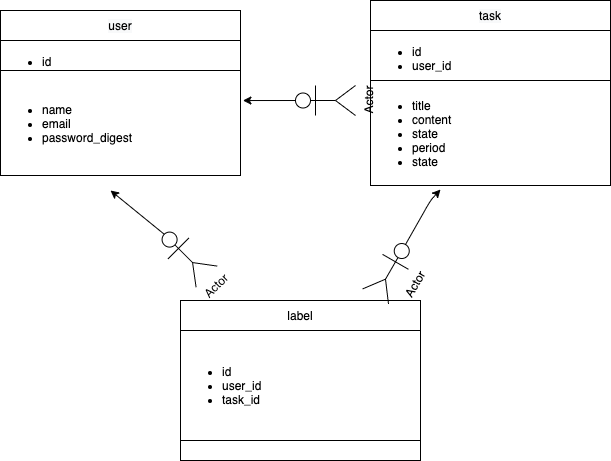
Earlier version of the draw.io export docs/Untitled Diagram (2).png (Ryusei-Watanabe/task_everyleaf). Source tidied: cells renumbered, new cells last; positions are measured from the earlier drawing's top-left corner, leaving out a move shared by most shapes. Source of this version:
```xml
<mxGraphModel>
  <root>
    <mxCell id="0" />
    <mxCell id="1" parent="0" />
    <mxCell id="2" style="shape=table;html=1;whiteSpace=wrap;startSize=0;" parent="1" vertex="1">
      <mxGeometry y="10" width="240" height="165" as="geometry" />
    </mxCell>
    <mxCell id="3" style="shape=partialRectangle;html=1;whiteSpace=wrap;fillColor=none;top=0;left=0;bottom=0;right=0;" parent="2" vertex="1">
      <mxGeometry width="240" height="30" as="geometry" />
    </mxCell>
    <mxCell id="4" value="&lt;meta charset=&quot;utf-8&quot;&gt;&lt;span style=&quot;color: rgb(0, 0, 0); font-family: helvetica; font-size: 12px; font-style: normal; font-weight: 400; letter-spacing: normal; text-align: center; text-indent: 0px; text-transform: none; word-spacing: 0px; background-color: rgb(248, 249, 250); display: inline; float: none;&quot;&gt;user&lt;/span&gt;" style="shape=partialRectangle;html=1;whiteSpace=wrap;overflow=hidden;fillColor=none;top=0;left=0;bottom=0;right=0;" parent="3" vertex="1">
      <mxGeometry width="240" height="30" as="geometry" />
    </mxCell>
    <mxCell id="5" style="shape=partialRectangle;html=1;whiteSpace=wrap;fillColor=none;top=0;left=0;bottom=0;right=0;" parent="2" vertex="1">
      <mxGeometry y="30" width="240" height="30" as="geometry" />
    </mxCell>
    <mxCell id="6" value="&lt;ul&gt;&lt;li&gt;id&lt;/li&gt;&lt;/ul&gt;" style="shape=partialRectangle;html=1;whiteSpace=wrap;overflow=hidden;fillColor=none;top=0;left=0;bottom=0;right=0;align=left;" parent="5" vertex="1">
      <mxGeometry width="240" height="30" as="geometry" />
    </mxCell>
    <mxCell id="7" style="shape=partialRectangle;html=1;whiteSpace=wrap;fillColor=none;top=0;left=0;bottom=0;right=0;points=[[0,0.5],[1,0.5]];portConstraint=eastwest;" parent="2" vertex="1">
      <mxGeometry y="60" width="240" height="105" as="geometry" />
    </mxCell>
    <mxCell id="8" value="&lt;ul&gt;&lt;li&gt;name&lt;/li&gt;&lt;li&gt;email&lt;/li&gt;&lt;li&gt;password_digest&lt;/li&gt;&lt;/ul&gt;" style="shape=partialRectangle;html=1;whiteSpace=wrap;overflow=hidden;fillColor=none;top=0;left=0;bottom=0;right=0;align=left;" parent="7" vertex="1">
      <mxGeometry width="240" height="105" as="geometry" />
    </mxCell>
    <mxCell id="9" style="shape=table;html=1;whiteSpace=wrap;startSize=0;" parent="1" vertex="1">
      <mxGeometry x="370" width="240" height="185" as="geometry" />
    </mxCell>
    <mxCell id="10" style="shape=partialRectangle;html=1;whiteSpace=wrap;fillColor=none;top=0;left=0;bottom=0;right=0;" parent="9" vertex="1">
      <mxGeometry width="240" height="30" as="geometry" />
    </mxCell>
    <mxCell id="11" value="&lt;span style=&quot;color: rgb(0 , 0 , 0) ; font-family: &amp;#34;helvetica&amp;#34; ; font-size: 12px ; font-style: normal ; font-weight: 400 ; letter-spacing: normal ; text-align: center ; text-indent: 0px ; text-transform: none ; word-spacing: 0px ; background-color: rgb(248 , 249 , 250) ; display: inline ; float: none&quot;&gt;task&lt;/span&gt;" style="shape=partialRectangle;html=1;whiteSpace=wrap;overflow=hidden;fillColor=none;top=0;left=0;bottom=0;right=0;" parent="10" vertex="1">
      <mxGeometry width="240" height="30" as="geometry" />
    </mxCell>
    <mxCell id="12" style="shape=partialRectangle;html=1;whiteSpace=wrap;fillColor=none;top=0;left=0;bottom=0;right=0;" parent="9" vertex="1">
      <mxGeometry y="30" width="240" height="50" as="geometry" />
    </mxCell>
    <mxCell id="13" value="&lt;ul&gt;&lt;li&gt;id&lt;/li&gt;&lt;li&gt;user_id&lt;/li&gt;&lt;/ul&gt;" style="shape=partialRectangle;html=1;whiteSpace=wrap;overflow=hidden;fillColor=none;top=0;left=0;bottom=0;right=0;align=left;" parent="12" vertex="1">
      <mxGeometry width="240" height="50" as="geometry" />
    </mxCell>
    <mxCell id="14" style="shape=partialRectangle;html=1;whiteSpace=wrap;fillColor=none;top=0;left=0;bottom=0;right=0;" parent="9" vertex="1">
      <mxGeometry y="80" width="240" height="105" as="geometry" />
    </mxCell>
    <mxCell id="15" value="&lt;ul&gt;&lt;li&gt;title&lt;/li&gt;&lt;li&gt;content&lt;/li&gt;&lt;li&gt;state&lt;/li&gt;&lt;li&gt;period&lt;/li&gt;&lt;li&gt;state&lt;/li&gt;&lt;/ul&gt;" style="shape=partialRectangle;html=1;whiteSpace=wrap;overflow=hidden;fillColor=none;top=0;left=0;bottom=0;right=0;align=left;" parent="14" vertex="1">
      <mxGeometry width="240" height="105" as="geometry" />
    </mxCell>
    <mxCell id="16" style="shape=table;html=1;whiteSpace=wrap;startSize=0;" parent="1" vertex="1">
      <mxGeometry x="180" y="300" width="240" height="160" as="geometry" />
    </mxCell>
    <mxCell id="17" style="shape=partialRectangle;html=1;whiteSpace=wrap;fillColor=none;top=0;left=0;bottom=0;right=0;" parent="16" vertex="1">
      <mxGeometry width="240" height="30" as="geometry" />
    </mxCell>
    <mxCell id="18" value="&lt;font face=&quot;helvetica&quot;&gt;label&lt;/font&gt;" style="shape=partialRectangle;html=1;whiteSpace=wrap;overflow=hidden;fillColor=none;top=0;left=0;bottom=0;right=0;" parent="17" vertex="1">
      <mxGeometry width="240" height="30" as="geometry" />
    </mxCell>
    <mxCell id="19" style="shape=partialRectangle;html=1;whiteSpace=wrap;fillColor=none;top=0;left=0;bottom=0;right=0;" parent="16" vertex="1">
      <mxGeometry y="30" width="240" height="110" as="geometry" />
    </mxCell>
    <mxCell id="20" value="&lt;ul&gt;&lt;li&gt;id&lt;/li&gt;&lt;li&gt;user_id&lt;/li&gt;&lt;li&gt;task_id&lt;/li&gt;&lt;/ul&gt;" style="shape=partialRectangle;html=1;whiteSpace=wrap;overflow=hidden;fillColor=none;top=0;left=0;bottom=0;right=0;align=left;" parent="19" vertex="1">
      <mxGeometry width="240" height="110" as="geometry" />
    </mxCell>
    <mxCell id="21" style="shape=partialRectangle;html=1;whiteSpace=wrap;fillColor=none;top=0;left=0;bottom=0;right=0;" parent="16" vertex="1">
      <mxGeometry y="140" width="240" height="20" as="geometry" />
    </mxCell>
    <mxCell id="22" value="&lt;div&gt;&lt;br&gt;&lt;/div&gt;" style="shape=partialRectangle;html=1;whiteSpace=wrap;overflow=hidden;fillColor=none;top=0;left=0;bottom=0;right=0;align=left;" parent="21" vertex="1">
      <mxGeometry width="240" height="20" as="geometry" />
    </mxCell>
    <mxCell id="23" style="edgeStyle=orthogonalEdgeStyle;rounded=0;jettySize=auto;html=1;exitX=0.5;exitY=0.5;exitDx=0;exitDy=0;exitPerimeter=0;entryX=1.01;entryY=0.286;entryDx=0;entryDy=0;entryPerimeter=0;" parent="1" edge="1" source="24" target="7">
      <mxGeometry relative="1" as="geometry" />
    </mxCell>
    <mxCell id="24" value="Actor" style="shape=umlActor;verticalLabelPosition=bottom;verticalAlign=top;html=1;outlineConnect=0;rotation=-90;" parent="1" vertex="1">
      <mxGeometry x="310" y="70" width="30" height="60" as="geometry" />
    </mxCell>
    <mxCell id="25" value="Actor" style="shape=umlActor;verticalLabelPosition=bottom;verticalAlign=top;html=1;outlineConnect=0;rotation=-60;direction=south;" parent="1" vertex="1">
      <mxGeometry x="360" y="255" width="60" height="30" as="geometry" />
    </mxCell>
    <mxCell id="26" value="Actor" style="shape=umlActor;verticalLabelPosition=bottom;verticalAlign=top;html=1;outlineConnect=0;rotation=-45;" parent="1" vertex="1">
      <mxGeometry x="170" y="225" width="30" height="60" as="geometry" />
    </mxCell>
    <mxCell id="27" style="endArrow=classic;html=1;exitX=0.5;exitY=0;exitDx=0;exitDy=0;exitPerimeter=0;" parent="1" edge="1" source="25">
      <mxGeometry relative="1" as="geometry">
        <mxPoint x="440" y="189" as="targetPoint" />
        <Array as="points">
          <mxPoint x="430" y="200" />
        </Array>
      </mxGeometry>
    </mxCell>
    <mxCell id="28" style="endArrow=classic;html=1;exitX=0.5;exitY=0;exitDx=0;exitDy=0;exitPerimeter=0;" parent="1" edge="1" source="26">
      <mxGeometry relative="1" as="geometry">
        <mxPoint x="110" y="190" as="targetPoint" />
      </mxGeometry>
    </mxCell>
  </root>
</mxGraphModel>
```
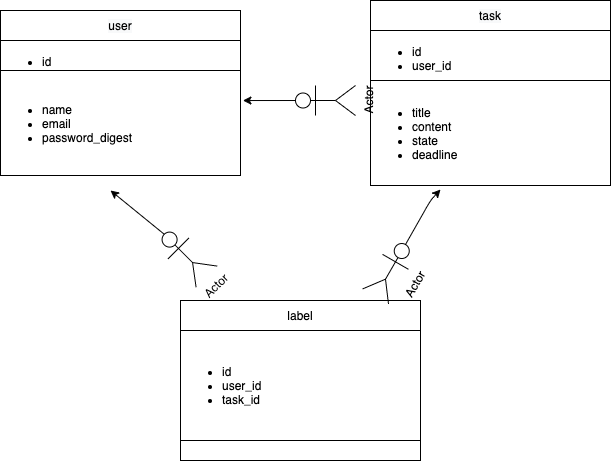
Later version of the same file.

Commit message:
Entity Relationship Diagram

Change to the diagram source:
```diff
@@ -41,7 +41,7 @@
     <mxCell id="14" style="shape=partialRectangle;html=1;whiteSpace=wrap;fillColor=none;top=0;left=0;bottom=0;right=0;" parent="9" vertex="1">
       <mxGeometry y="80" width="240" height="105" as="geometry" />
     </mxCell>
-    <mxCell id="15" value="&lt;ul&gt;&lt;li&gt;title&lt;/li&gt;&lt;li&gt;content&lt;/li&gt;&lt;li&gt;state&lt;/li&gt;&lt;li&gt;period&lt;/li&gt;&lt;li&gt;state&lt;/li&gt;&lt;/ul&gt;" style="shape=partialRectangle;html=1;whiteSpace=wrap;overflow=hidden;fillColor=none;top=0;left=0;bottom=0;right=0;align=left;" parent="14" vertex="1">
+    <mxCell id="15" value="&lt;ul&gt;&lt;li&gt;title&lt;/li&gt;&lt;li&gt;content&lt;/li&gt;&lt;li&gt;state&lt;/li&gt;&lt;li&gt;deadline&lt;/li&gt;&lt;/ul&gt;" style="shape=partialRectangle;html=1;whiteSpace=wrap;overflow=hidden;fillColor=none;top=0;left=0;bottom=0;right=0;align=left;" parent="14" vertex="1">
       <mxGeometry width="240" height="105" as="geometry" />
     </mxCell>
     <mxCell id="16" style="shape=table;html=1;whiteSpace=wrap;startSize=0;" parent="1" vertex="1">
```
